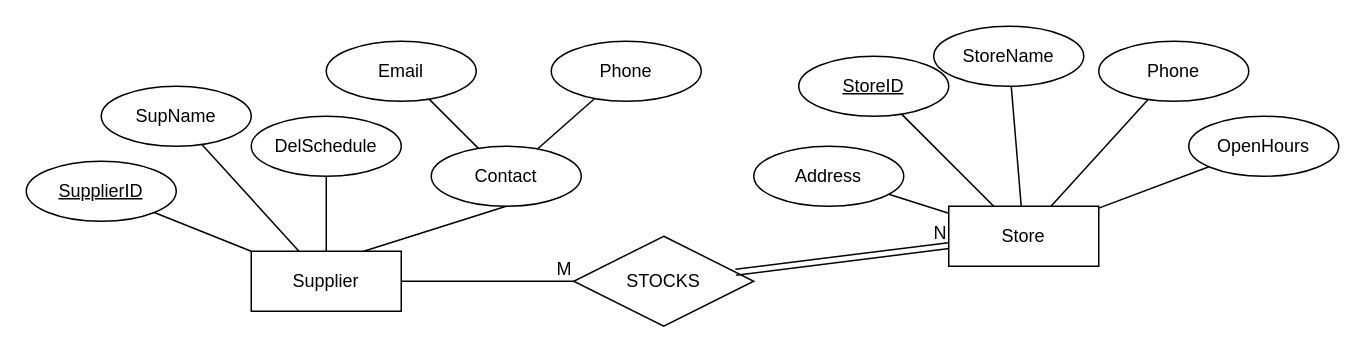
Above: COSC344VINCENT.drawio in ThibaudARoy/Group5EntityRelationshipDiagram (draw.io), before the change. Source tidied: cells renumbered, new cells numbered last; positions are measured from the earlier drawing's top-left corner, leaving out a move shared by most shapes. Both pictures are drawn from the tidied source at 150%, with x=0, y=0 at pixel (26, 26).
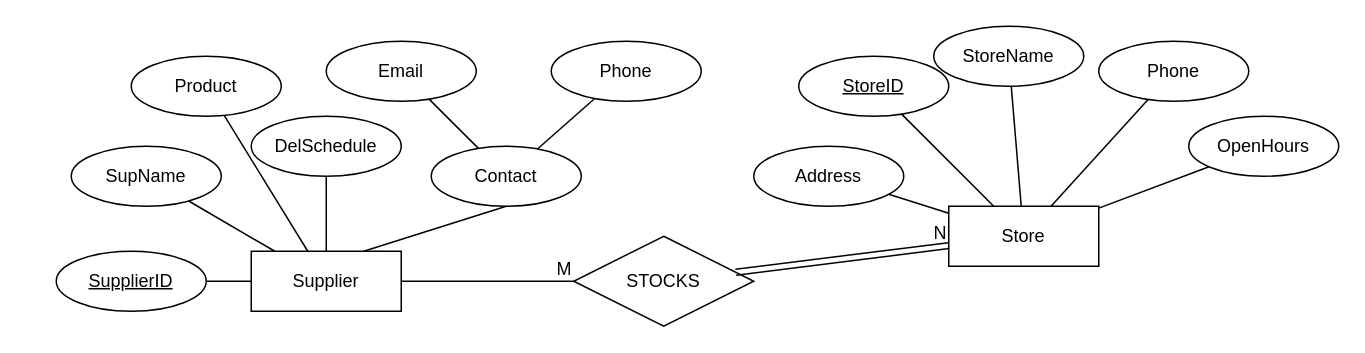
After the change.

The change refers to these unchanged cells:
```xml
<mxCell id="7" value="Supplier" style="whiteSpace=wrap;html=1;align=center;" parent="1" vertex="1">
  <mxGeometry x="150" y="150" width="100" height="40" as="geometry" />
</mxCell>
```

What changed in the source:
```diff
@@
     <mxCell id="8" value="&lt;u&gt;SupplierID&lt;/u&gt;" style="ellipse;whiteSpace=wrap;html=1;align=center;" parent="1" vertex="1">
-      <mxGeometry y="90" width="100" height="40" as="geometry" />
+      <mxGeometry x="20" y="150" width="100" height="40" as="geometry" />
     </mxCell>
@@
     <mxCell id="30" value="SupName" style="ellipse;whiteSpace=wrap;html=1;align=center;" parent="1" vertex="1">
-      <mxGeometry x="50" y="40" width="100" height="40" as="geometry" />
+      <mxGeometry x="30" y="80" width="100" height="40" as="geometry" />
     </mxCell>
@@
+    <mxCell id="32" value="Product" style="ellipse;whiteSpace=wrap;html=1;align=center;" parent="1" vertex="1">
+      <mxGeometry x="70" y="20" width="100" height="40" as="geometry" />
+    </mxCell>
+    <mxCell id="33" style="endArrow=none;html=1;rounded=0;" parent="1" edge="1" source="7" target="32">
+      <mxGeometry relative="1" as="geometry" />
+    </mxCell>
```
